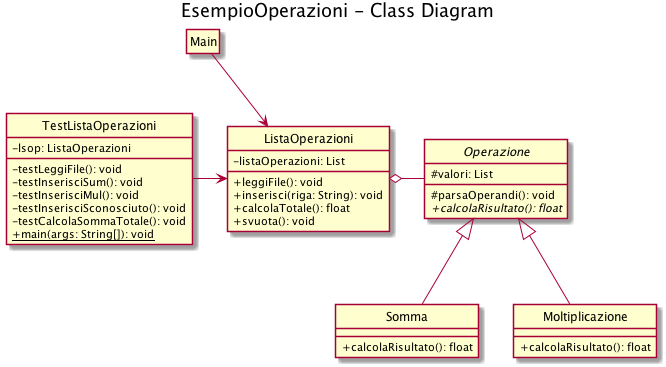
Earlier version of the PlantUML export EsempioListaOperazioni/docs/uml/class_diagram.png (dmi-tutorato-ids/materiale). The source it was exported from:
```plantuml
@startuml
skinparam {
	classAttributeIconSize 0
}
hide circle

title EsempioOperazioni - Class Diagram

class Main
hide Main members

class TestListaOperazioni {
	- lsop: ListaOperazioni
	- testLeggiFile(): void
	- testInserisciSum(): void
	- testInserisciMul(): void
	- testInserisciSconosciuto(): void
	- testCalcolaSommaTotale(): void
	+ {static} main(args: String[]): void
}

abstract class Operazione {
	# valori: List
	# parsaOperandi(): void
	+ {abstract} calcolaRisultato(): float
}

class Somma {
	+ calcolaRisultato(): float
}

class Moltiplicazione {
	+ calcolaRisultato(): float
}

class ListaOperazioni {
	- listaOperazioni: List
	+ leggiFile(): void
	+ inserisci(riga: String): void
	+ calcolaTotale(): float
	+ svuota(): void
}

Operazione <|-down- Somma
Operazione <|-down- Moltiplicazione
Main -right-> ListaOperazioni
TestListaOperazioni -right-> ListaOperazioni
ListaOperazioni o-right- Operazione

Main -[hidden]-> TestListaOperazioni

@enduml
```
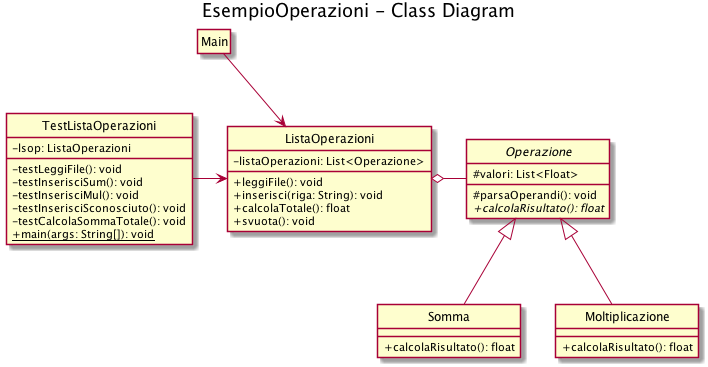
Above is the later version.

Commit message:
Aggiunti i tipi per le liste nell'UML

Diff of the diagram source:
```diff
@@ -20,7 +20,7 @@
 }
 
 abstract class Operazione {
-	# valori: List
+	# valori: List<Float>
 	# parsaOperandi(): void
 	+ {abstract} calcolaRisultato(): float
 }
@@ -34,7 +34,7 @@
 }
 
 class ListaOperazioni {
-	- listaOperazioni: List
+	- listaOperazioni: List<Operazione>
 	+ leggiFile(): void
 	+ inserisci(riga: String): void
 	+ calcolaTotale(): float
```
